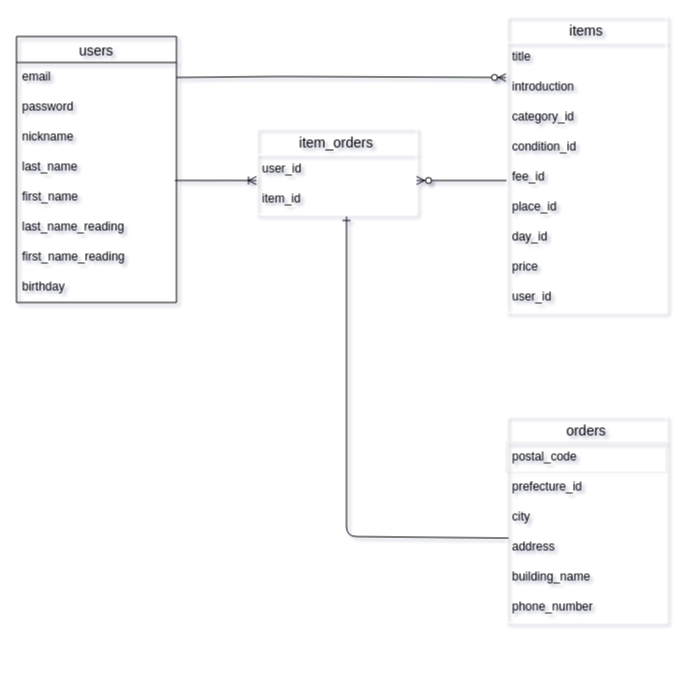
Earlier version of the draw.io diagram furima_DB_design.drawio (foxtail1122/furima-40351). Source tidied: cells renumbered, new cells numbered last; positions are measured from the earlier drawing's top-left corner, leaving out a move shared by most shapes. Both pictures are drawn from the tidied source at 100%, with x=0, y=0 at pixel (16, 16).
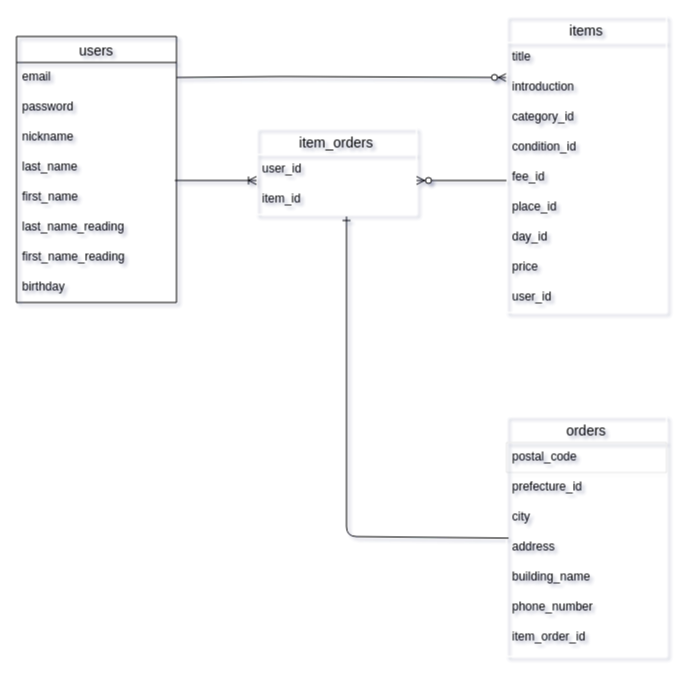
Above is the later version.

Diff of the diagram source:
```diff
@@
     <mxCell id="22" value="orders" style="swimlane;fontStyle=0;horizontal=1;startSize=26;align=center;fontSize=14;strokeWidth=1;strokeColor=#FFFFFF;fillColor=none;" parent="1" vertex="1">
-      <mxGeometry x="490" y="400" width="160" height="206" as="geometry" />
+      <mxGeometry x="490" y="400" width="160" height="240" as="geometry" />
     </mxCell>
@@
+    <mxCell id="35" value="item_order_id" style="text;strokeColor=none;fillColor=none;spacingLeft=4;spacingRight=4;overflow=hidden;fontSize=12;" parent="22" vertex="1">
+      <mxGeometry y="206" width="160" height="34" as="geometry" />
+    </mxCell>
```
